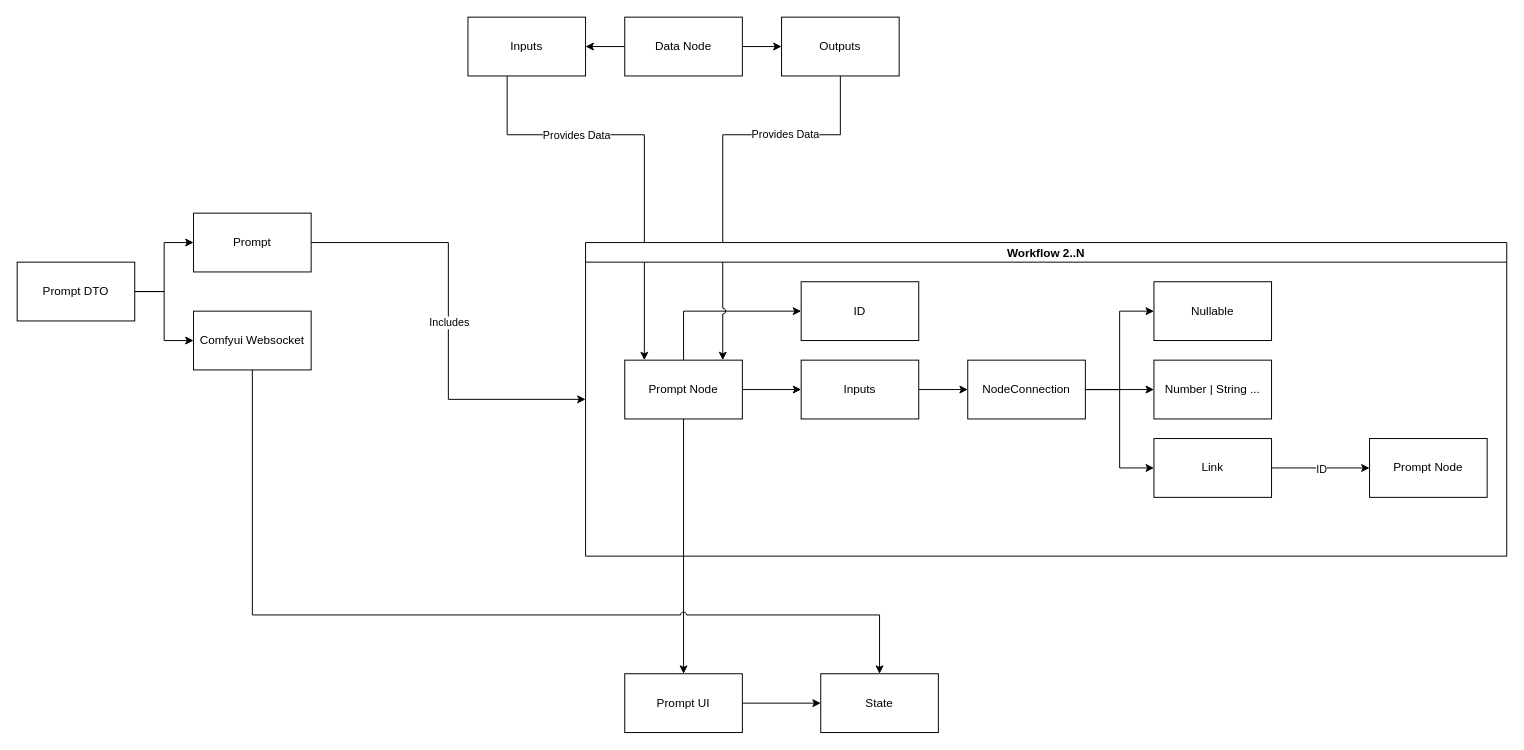
inflamously/ComfyUI-Inflamed keeps this draw.io diagram as inflame/docs/prompt.drawio. Above is the earlier version. Source tidied: cells renumbered, new cells numbered last; positions are measured from the earlier drawing's top-left corner, leaving out a move shared by most shapes. Both pictures are drawn from the tidied source at 98%, with x=0, y=0 at pixel (17, 17).
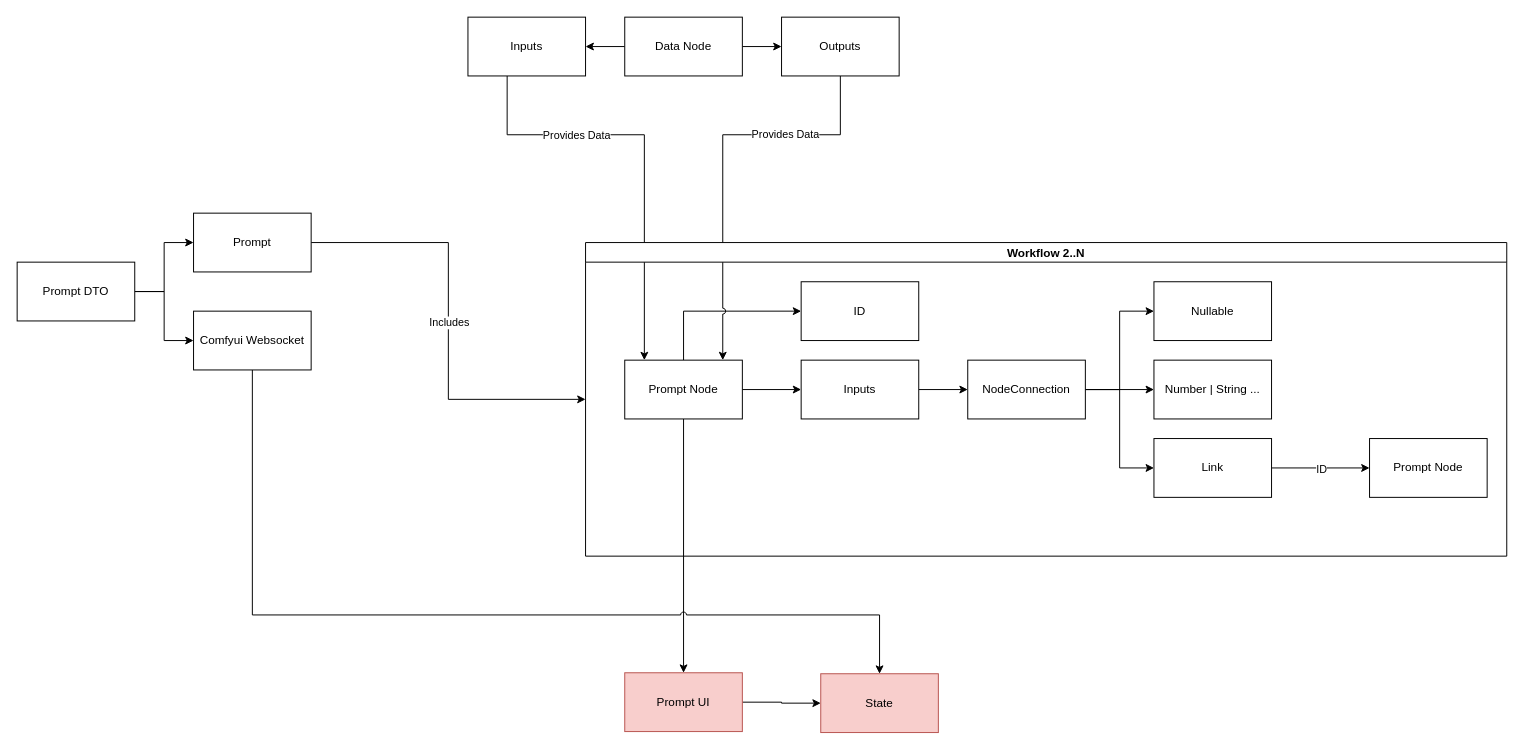
After the change.

Commit message (it also covers changes not shown here):
feat: mark not implemented stuff and things to reason about feat: add html version

What changed in the source:
```diff
@@
-    <mxCell id="38" value="Prompt UI" style="whiteSpace=wrap;html=1;rounded=0;" parent="1" vertex="1">
-      <mxGeometry x="620" y="670" width="120" height="60" as="geometry" />
+    <mxCell id="38" value="Prompt UI" style="whiteSpace=wrap;html=1;rounded=0;fillColor=#f8cecc;strokeColor=#b85450;" parent="1" vertex="1">
+      <mxGeometry x="620" y="669" width="120" height="60" as="geometry" />
     </mxCell>
-    <mxCell id="39" value="State" style="whiteSpace=wrap;html=1;rounded=0;" parent="1" vertex="1">
+    <mxCell id="39" value="State" style="whiteSpace=wrap;html=1;rounded=0;fillColor=#f8cecc;strokeColor=#b85450;" parent="1" vertex="1">
       <mxGeometry x="820" y="670" width="120" height="60" as="geometry" />
     </mxCell>
```
